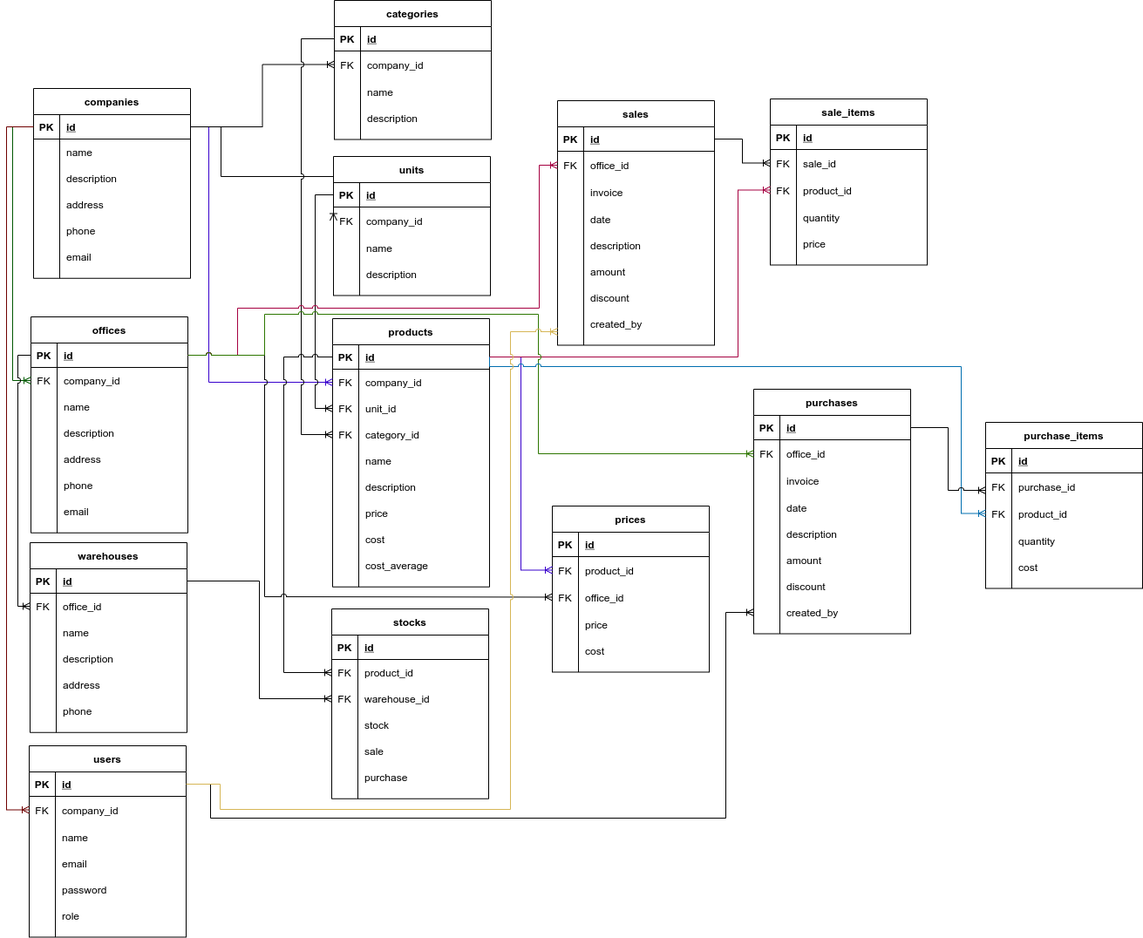
ajikamaludin/hapi-kasiraja-api keeps this draw.io diagram as documents/tables.png. Above is the earlier version. Source tidied: cells renumbered, new cells last; positions are measured from the earlier drawing's top-left corner, leaving out a move shared by most shapes.
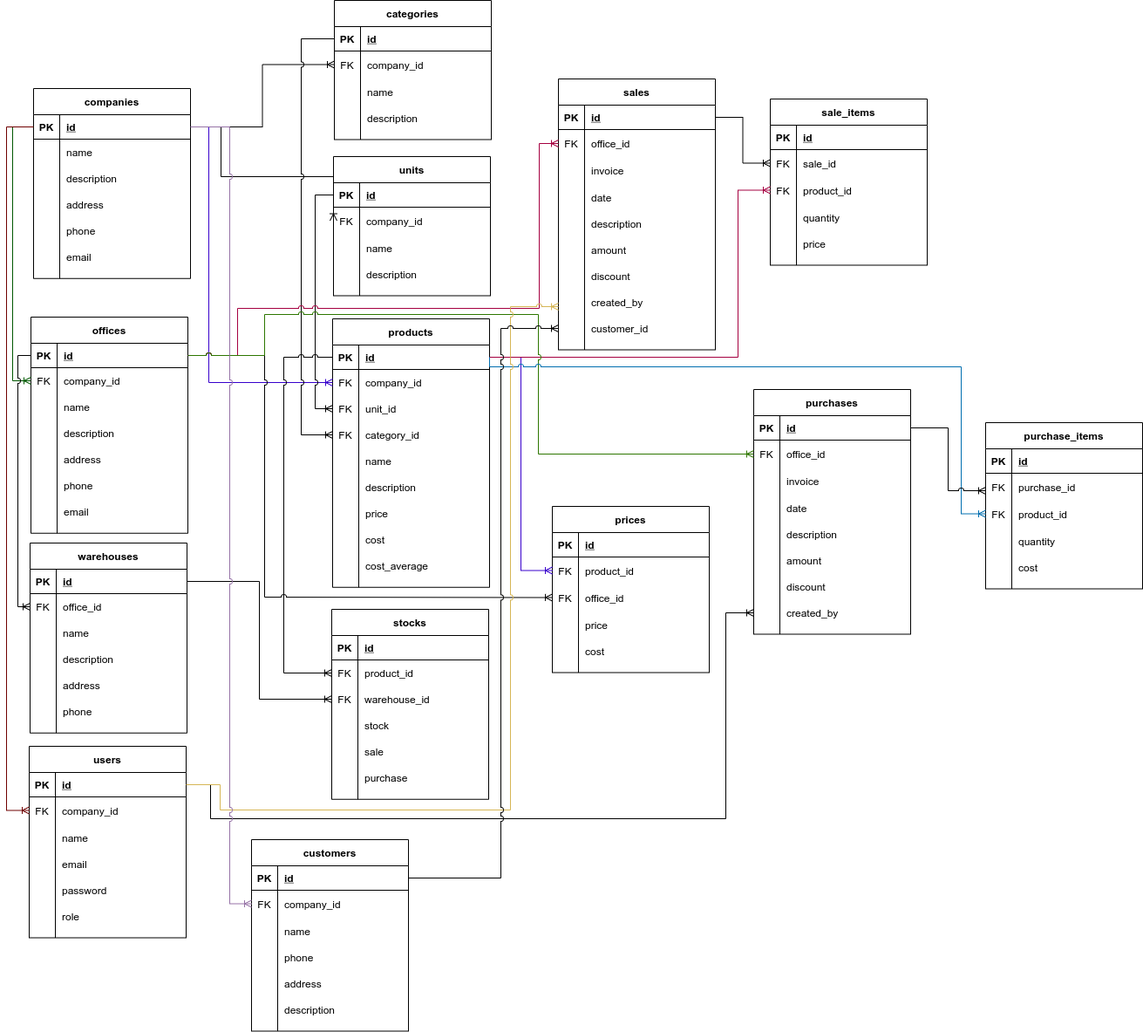
The same file after the commit.

What changed in the source:
```diff
@@ -459,7 +459,7 @@
       </mxGeometry>
     </mxCell>
     <mxCell id="144" value="sales" style="shape=table;startSize=30;rowLines=0;fontStyle=1;align=center;" parent="1" vertex="1">
-      <mxGeometry x="632" y="115" width="180" height="280.5" as="geometry" />
+      <mxGeometry x="633" y="90" width="180" height="310.5" as="geometry" />
     </mxCell>
     <mxCell id="145" style="shape=partialRectangle;fillColor=none;top=0;left=0;bottom=1;right=0;points=[[0,0.5],[1,0.5]];portConstraint=eastwest;" parent="144" vertex="1">
       <mxGeometry y="30" width="180" height="28" as="geometry" />
@@ -533,6 +533,15 @@
     <mxCell id="168" value="created_by" style="shape=partialRectangle;fillColor=none;top=0;left=0;bottom=0;right=0;align=left;spacingLeft=6;overflow=hidden;" parent="166" vertex="1">
       <mxGeometry x="30" width="150" height="30" as="geometry" />
     </mxCell>
+    <mxCell id="272" style="shape=partialRectangle;fillColor=none;top=0;left=0;bottom=0;right=0;points=[[0,0.5],[1,0.5]];portConstraint=eastwest;" parent="144" vertex="1">
+      <mxGeometry y="271" width="180" height="30" as="geometry" />
+    </mxCell>
+    <mxCell id="273" style="shape=partialRectangle;fillColor=none;top=0;left=0;bottom=0;right=0;overflow=hidden;" parent="272" vertex="1">
+      <mxGeometry width="30" height="30" as="geometry" />
+    </mxCell>
+    <mxCell id="274" value="customer_id" style="shape=partialRectangle;fillColor=none;top=0;left=0;bottom=0;right=0;align=left;spacingLeft=6;overflow=hidden;" parent="272" vertex="1">
+      <mxGeometry x="30" width="150" height="30" as="geometry" />
+    </mxCell>
     <mxCell id="169" value="purchases" style="shape=table;startSize=30;rowLines=0;fontStyle=1;align=center;" parent="1" vertex="1">
       <mxGeometry x="857" y="446" width="180" height="280.5" as="geometry" />
     </mxCell>
@@ -773,7 +782,7 @@
           <mxPoint x="265" y="407" />
           <mxPoint x="265" y="353" />
           <mxPoint x="611" y="353" />
-          <mxPoint x="611" y="189" />
+          <mxPoint x="611" y="164" />
         </Array>
       </mxGeometry>
     </mxCell>
@@ -889,9 +898,82 @@
           <mxPoint x="245" y="899" />
           <mxPoint x="245" y="928" />
           <mxPoint x="578" y="928" />
-          <mxPoint x="578" y="380" />
+          <mxPoint x="578" y="351" />
         </Array>
       </mxGeometry>
     </mxCell>
+    <mxCell id="275" value="customers" style="shape=table;startSize=30;rowLines=0;fontStyle=1;align=center;" parent="1" vertex="1">
+      <mxGeometry x="281" y="962" width="180" height="219.5" as="geometry" />
+    </mxCell>
+    <mxCell id="276" style="shape=partialRectangle;fillColor=none;top=0;left=0;bottom=1;right=0;points=[[0,0.5],[1,0.5]];portConstraint=eastwest;" parent="275" vertex="1">
+      <mxGeometry y="30" width="180" height="28" as="geometry" />
+    </mxCell>
+    <mxCell id="277" value="PK" style="shape=partialRectangle;fillColor=none;top=0;left=0;bottom=0;right=0;fontStyle=1;overflow=hidden;" parent="276" vertex="1">
+      <mxGeometry width="30" height="28" as="geometry" />
+    </mxCell>
+    <mxCell id="278" value="id" style="shape=partialRectangle;fillColor=none;top=0;left=0;bottom=0;right=0;align=left;spacingLeft=6;fontStyle=5;overflow=hidden;" parent="276" vertex="1">
+      <mxGeometry x="30" width="150" height="28" as="geometry" />
+    </mxCell>
+    <mxCell id="279" style="shape=partialRectangle;fillColor=none;top=0;left=0;bottom=0;right=0;points=[[0,0.5],[1,0.5]];portConstraint=eastwest;" parent="275" vertex="1">
+      <mxGeometry y="58" width="180" height="31" as="geometry" />
+    </mxCell>
+    <mxCell id="280" value="FK" style="shape=partialRectangle;fillColor=none;top=0;left=0;bottom=0;right=0;overflow=hidden;" parent="279" vertex="1">
+      <mxGeometry width="30" height="31" as="geometry" />
+    </mxCell>
+    <mxCell id="281" value="company_id" style="shape=partialRectangle;fillColor=none;top=0;left=0;bottom=0;right=0;align=left;spacingLeft=6;overflow=hidden;" parent="279" vertex="1">
+      <mxGeometry x="30" width="150" height="31" as="geometry" />
+    </mxCell>
+    <mxCell id="282" style="shape=partialRectangle;fillColor=none;top=0;left=0;bottom=0;right=0;" parent="275" vertex="1">
+      <mxGeometry y="89" width="180" height="31" as="geometry" />
+    </mxCell>
+    <mxCell id="283" style="shape=partialRectangle;fillColor=none;top=0;left=0;bottom=0;right=0;overflow=hidden;" parent="282" vertex="1">
+      <mxGeometry width="30" height="31" as="geometry" />
+    </mxCell>
+    <mxCell id="284" value="name" style="shape=partialRectangle;fillColor=none;top=0;left=0;bottom=0;right=0;align=left;spacingLeft=6;overflow=hidden;" parent="282" vertex="1">
+      <mxGeometry x="30" width="150" height="31" as="geometry" />
+    </mxCell>
+    <mxCell id="285" style="shape=partialRectangle;fillColor=none;top=0;left=0;bottom=0;right=0;" parent="275" vertex="1">
+      <mxGeometry y="120" width="180" height="30" as="geometry" />
+    </mxCell>
+    <mxCell id="286" style="shape=partialRectangle;fillColor=none;top=0;left=0;bottom=0;right=0;overflow=hidden;" parent="285" vertex="1">
+      <mxGeometry width="30" height="30" as="geometry" />
+    </mxCell>
+    <mxCell id="287" value="phone" style="shape=partialRectangle;fillColor=none;top=0;left=0;bottom=0;right=0;align=left;spacingLeft=6;overflow=hidden;" parent="285" vertex="1">
+      <mxGeometry x="30" width="150" height="30" as="geometry" />
+    </mxCell>
+    <mxCell id="288" style="shape=partialRectangle;fillColor=none;top=0;left=0;bottom=0;right=0;" parent="275" vertex="1">
+      <mxGeometry y="150" width="180" height="30" as="geometry" />
+    </mxCell>
+    <mxCell id="289" style="shape=partialRectangle;fillColor=none;top=0;left=0;bottom=0;right=0;overflow=hidden;" parent="288" vertex="1">
+      <mxGeometry width="30" height="30" as="geometry" />
+    </mxCell>
+    <mxCell id="290" value="address" style="shape=partialRectangle;fillColor=none;top=0;left=0;bottom=0;right=0;align=left;spacingLeft=6;overflow=hidden;" parent="288" vertex="1">
+      <mxGeometry x="30" width="150" height="30" as="geometry" />
+    </mxCell>
+    <mxCell id="291" style="shape=partialRectangle;fillColor=none;top=0;left=0;bottom=0;right=0;" parent="275" vertex="1">
+      <mxGeometry y="180" width="180" height="30" as="geometry" />
+    </mxCell>
+    <mxCell id="292" style="shape=partialRectangle;fillColor=none;top=0;left=0;bottom=0;right=0;overflow=hidden;" parent="291" vertex="1">
+      <mxGeometry width="30" height="30" as="geometry" />
+    </mxCell>
+    <mxCell id="293" value="description" style="shape=partialRectangle;fillColor=none;top=0;left=0;bottom=0;right=0;align=left;spacingLeft=6;overflow=hidden;" parent="291" vertex="1">
+      <mxGeometry x="30" width="150" height="30" as="geometry" />
+    </mxCell>
+    <mxCell id="294" style="edgeStyle=orthogonalEdgeStyle;rounded=0;jettySize=auto;html=1;exitX=1;exitY=0.5;exitDx=0;exitDy=0;entryX=0;entryY=0.5;entryDx=0;entryDy=0;endArrow=ERoneToMany;endFill=0;jumpStyle=arc;fillColor=#e1d5e7;strokeColor=#9673a6;" parent="1" edge="1" source="31" target="279">
+      <mxGeometry relative="1" as="geometry">
+        <Array as="points">
+          <mxPoint x="256" y="145" />
+          <mxPoint x="256" y="1036" />
+        </Array>
+      </mxGeometry>
+    </mxCell>
+    <mxCell id="295" style="edgeStyle=orthogonalEdgeStyle;rounded=0;jumpStyle=arc;jettySize=auto;html=1;entryX=0;entryY=0.5;entryDx=0;entryDy=0;endArrow=ERoneToMany;endFill=0;" parent="1" edge="1" source="276" target="272">
+      <mxGeometry relative="1" as="geometry">
+        <Array as="points">
+          <mxPoint x="567" y="1006" />
+          <mxPoint x="567" y="376" />
+        </Array>
+      </mxGeometry>
+    </mxCell>
   </root>
 </mxGraphModel>
```
